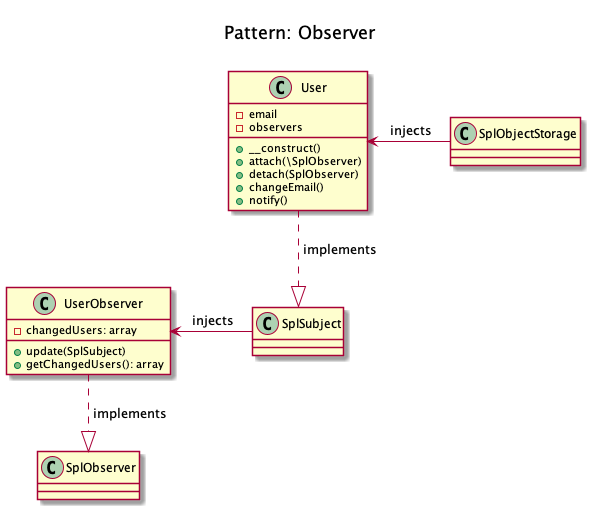
This is patterns/behavioral/observer/domnikl/diagram.png from rosselli/design-patterns-implemented.concepts, a PlantUML export, as it was before one commit. The source it was exported from:
```plantuml
@startuml
	Title <size:20>\nPattern: Observer\n

	class User {
		- email
		- observers
		+ __construct()
		+ attach(\SplObserver)
		+ detach(SplObserver)
		+ changeEmail()
		+ notify()
	}

	class UserObserver {
		- changedUsers: array
		+ update(SplSubject)
		+ getChangedUsers(): array
	}

	UserObserver ..|> SplObserver: " implements"
	SplSubject -left-> UserObserver: " injects"

	User ..|> SplSubject: " implements"
	SplObjectStorage -left-> User: " injects"

@enduml
```
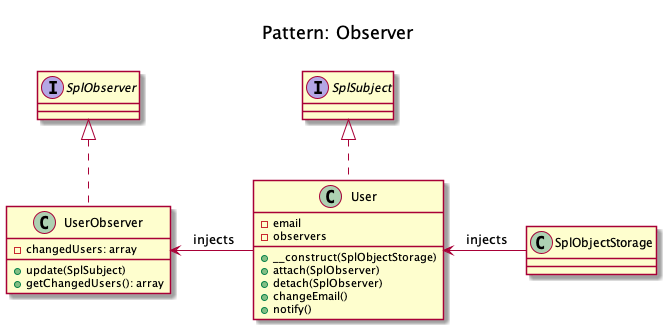
Later version of the same file.

The edit, as a diff of the source:
```diff
@@ -1,26 +1,22 @@
 @startuml
 	Title <size:20>\nPattern: Observer\n
 
-	class User {
+	class User implements SplSubject {
 		- email
 		- observers
-		+ __construct()
-		+ attach(\SplObserver)
+		+ __construct(SplObjectStorage)
+		+ attach(SplObserver)
 		+ detach(SplObserver)
 		+ changeEmail()
 		+ notify()
 	}
 
-	class UserObserver {
+	class UserObserver implements SplObserver {
 		- changedUsers: array
 		+ update(SplSubject)
 		+ getChangedUsers(): array
 	}
 
-	UserObserver ..|> SplObserver: " implements"
-	SplSubject -left-> UserObserver: " injects"
-
-	User ..|> SplSubject: " implements"
+	User -left-> UserObserver: " injects"
 	SplObjectStorage -left-> User: " injects"
-
 @enduml
```
